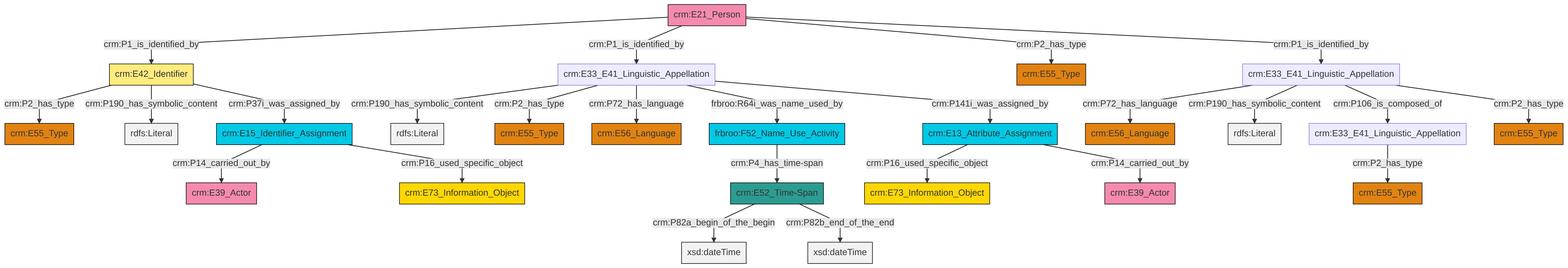
Before: et/personCSV/ttl/mmd/png/Person_Names_and_Classification.png, a diagram exported from Mermaid (swiss-art-research-net/docs.swissartresearch). Its source is kept beside it as et/personCSV/ttl/mmd/Person_Names_and_Classification.ttl.mmd.
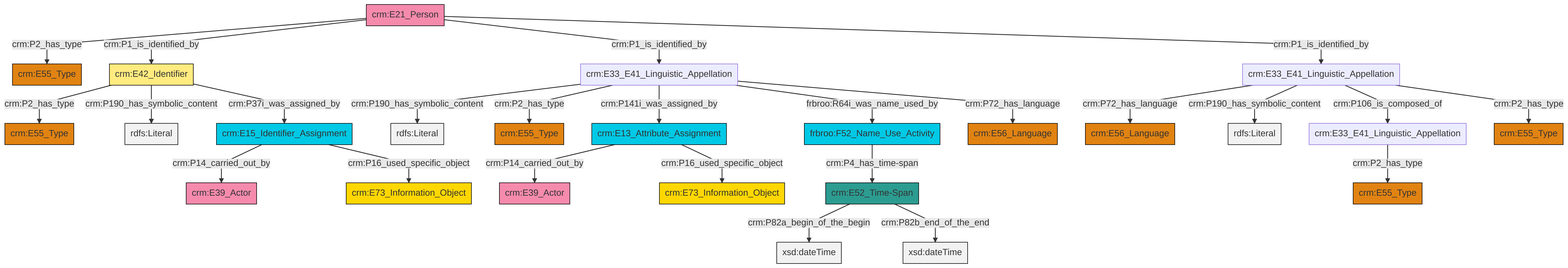
After the change.

Diff of the diagram source:
```diff
@@ -13,27 +13,27 @@
 classDef PC_Classes fill:#4ce600, stroke:#000000;
 classDef Multi fill:#cccccc,stroke:#000000;
 
-0["crm:E21_Person"]:::Actor -->|crm:P1_is_identified_by| 1["crm:E42_Identifier"]:::Appellation
-6["crm:E33_E41_Linguistic_Appellation"]:::Default -->|crm:P190_has_symbolic_content| 7[rdfs:Literal]:::Literal
-6["crm:E33_E41_Linguistic_Appellation"]:::Default -->|crm:P2_has_type| 8["crm:E55_Type"]:::Type
-6["crm:E33_E41_Linguistic_Appellation"]:::Default -->|crm:P72_has_language| 9["crm:E56_Language"]:::Type
-10["crm:E33_E41_Linguistic_Appellation"]:::Default -->|crm:P72_has_language| 11["crm:E56_Language"]:::Type
-12["crm:E52_Time-Span"]:::Time-Span -->|crm:P82a_begin_of_the_begin| 13[xsd:dateTime]:::Literal
-6["crm:E33_E41_Linguistic_Appellation"]:::Default -->|frbroo:R64i_was_name_used_by| 14["frbroo:F52_Name_Use_Activity"]:::Temporal_Entity
-1["crm:E42_Identifier"]:::Appellation -->|crm:P2_has_type| 15["crm:E55_Type"]:::Type
-10["crm:E33_E41_Linguistic_Appellation"]:::Default -->|crm:P190_has_symbolic_content| 21[rdfs:Literal]:::Literal
-10["crm:E33_E41_Linguistic_Appellation"]:::Default -->|crm:P106_is_composed_of| 24["crm:E33_E41_Linguistic_Appellation"]:::Default
-18["crm:E13_Attribute_Assignment"]:::Temporal_Entity -->|crm:P16_used_specific_object| 25["crm:E73_Information_Object"]:::Conceptual_Object
-26["crm:E15_Identifier_Assignment"]:::Temporal_Entity -->|crm:P14_carried_out_by| 4["crm:E39_Actor"]:::Actor
-0["crm:E21_Person"]:::Actor -->|crm:P1_is_identified_by| 6["crm:E33_E41_Linguistic_Appellation"]:::Default
-14["frbroo:F52_Name_Use_Activity"]:::Temporal_Entity -->|crm:P4_has_time-span| 12["crm:E52_Time-Span"]:::Time-Span
-26["crm:E15_Identifier_Assignment"]:::Temporal_Entity -->|crm:P16_used_specific_object| 32["crm:E73_Information_Object"]:::Conceptual_Object
-24["crm:E33_E41_Linguistic_Appellation"]:::Default -->|crm:P2_has_type| 33["crm:E55_Type"]:::Type
-10["crm:E33_E41_Linguistic_Appellation"]:::Default -->|crm:P2_has_type| 22["crm:E55_Type"]:::Type
-6["crm:E33_E41_Linguistic_Appellation"]:::Default -->|crm:P141i_was_assigned_by| 18["crm:E13_Attribute_Assignment"]:::Temporal_Entity
-1["crm:E42_Identifier"]:::Appellation -->|crm:P190_has_symbolic_content| 35[rdfs:Literal]:::Literal
-12["crm:E52_Time-Span"]:::Time-Span -->|crm:P82b_end_of_the_end| 37[xsd:dateTime]:::Literal
-0["crm:E21_Person"]:::Actor -->|crm:P2_has_type| 28["crm:E55_Type"]:::Type
-18["crm:E13_Attribute_Assignment"]:::Temporal_Entity -->|crm:P14_carried_out_by| 2["crm:E39_Actor"]:::Actor
-1["crm:E42_Identifier"]:::Appellation -->|crm:P37i_was_assigned_by| 26["crm:E15_Identifier_Assignment"]:::Temporal_Entity
-0["crm:E21_Person"]:::Actor -->|crm:P1_is_identified_by| 10["crm:E33_E41_Linguistic_Appellation"]:::Default
+8["crm:E33_E41_Linguistic_Appellation"]:::Default -->|crm:P190_has_symbolic_content| 10[rdfs:Literal]:::Literal
+15["crm:E33_E41_Linguistic_Appellation"]:::Default -->|crm:P2_has_type| 16["crm:E55_Type"]:::Type
+8["crm:E33_E41_Linguistic_Appellation"]:::Default -->|crm:P2_has_type| 19["crm:E55_Type"]:::Type
+6["crm:E21_Person"]:::Actor -->|crm:P2_has_type| 20["crm:E55_Type"]:::Type
+4["crm:E33_E41_Linguistic_Appellation"]:::Default -->|crm:P72_has_language| 21["crm:E56_Language"]:::Type
+17["crm:E42_Identifier"]:::Appellation -->|crm:P2_has_type| 22["crm:E55_Type"]:::Type
+8["crm:E33_E41_Linguistic_Appellation"]:::Default -->|crm:P141i_was_assigned_by| 2["crm:E13_Attribute_Assignment"]:::Temporal_Entity
+8["crm:E33_E41_Linguistic_Appellation"]:::Default -->|frbroo:R64i_was_name_used_by| 27["frbroo:F52_Name_Use_Activity"]:::Temporal_Entity
+31["crm:E15_Identifier_Assignment"]:::Temporal_Entity -->|crm:P14_carried_out_by| 0["crm:E39_Actor"]:::Actor
+4["crm:E33_E41_Linguistic_Appellation"]:::Default -->|crm:P190_has_symbolic_content| 32[rdfs:Literal]:::Literal
+2["crm:E13_Attribute_Assignment"]:::Temporal_Entity -->|crm:P14_carried_out_by| 33["crm:E39_Actor"]:::Actor
+11["crm:E52_Time-Span"]:::Time-Span -->|crm:P82a_begin_of_the_begin| 34[xsd:dateTime]:::Literal
+17["crm:E42_Identifier"]:::Appellation -->|crm:P190_has_symbolic_content| 36[rdfs:Literal]:::Literal
+17["crm:E42_Identifier"]:::Appellation -->|crm:P37i_was_assigned_by| 31["crm:E15_Identifier_Assignment"]:::Temporal_Entity
+6["crm:E21_Person"]:::Actor -->|crm:P1_is_identified_by| 17["crm:E42_Identifier"]:::Appellation
+31["crm:E15_Identifier_Assignment"]:::Temporal_Entity -->|crm:P16_used_specific_object| 24["crm:E73_Information_Object"]:::Conceptual_Object
+6["crm:E21_Person"]:::Actor -->|crm:P1_is_identified_by| 8["crm:E33_E41_Linguistic_Appellation"]:::Default
+4["crm:E33_E41_Linguistic_Appellation"]:::Default -->|crm:P106_is_composed_of| 15["crm:E33_E41_Linguistic_Appellation"]:::Default
+27["frbroo:F52_Name_Use_Activity"]:::Temporal_Entity -->|crm:P4_has_time-span| 11["crm:E52_Time-Span"]:::Time-Span
+2["crm:E13_Attribute_Assignment"]:::Temporal_Entity -->|crm:P16_used_specific_object| 38["crm:E73_Information_Object"]:::Conceptual_Object
+4["crm:E33_E41_Linguistic_Appellation"]:::Default -->|crm:P2_has_type| 13["crm:E55_Type"]:::Type
+11["crm:E52_Time-Span"]:::Time-Span -->|crm:P82b_end_of_the_end| 41[xsd:dateTime]:::Literal
+8["crm:E33_E41_Linguistic_Appellation"]:::Default -->|crm:P72_has_language| 39["crm:E56_Language"]:::Type
+6["crm:E21_Person"]:::Actor -->|crm:P1_is_identified_by| 4["crm:E33_E41_Linguistic_Appellation"]:::Default
```
